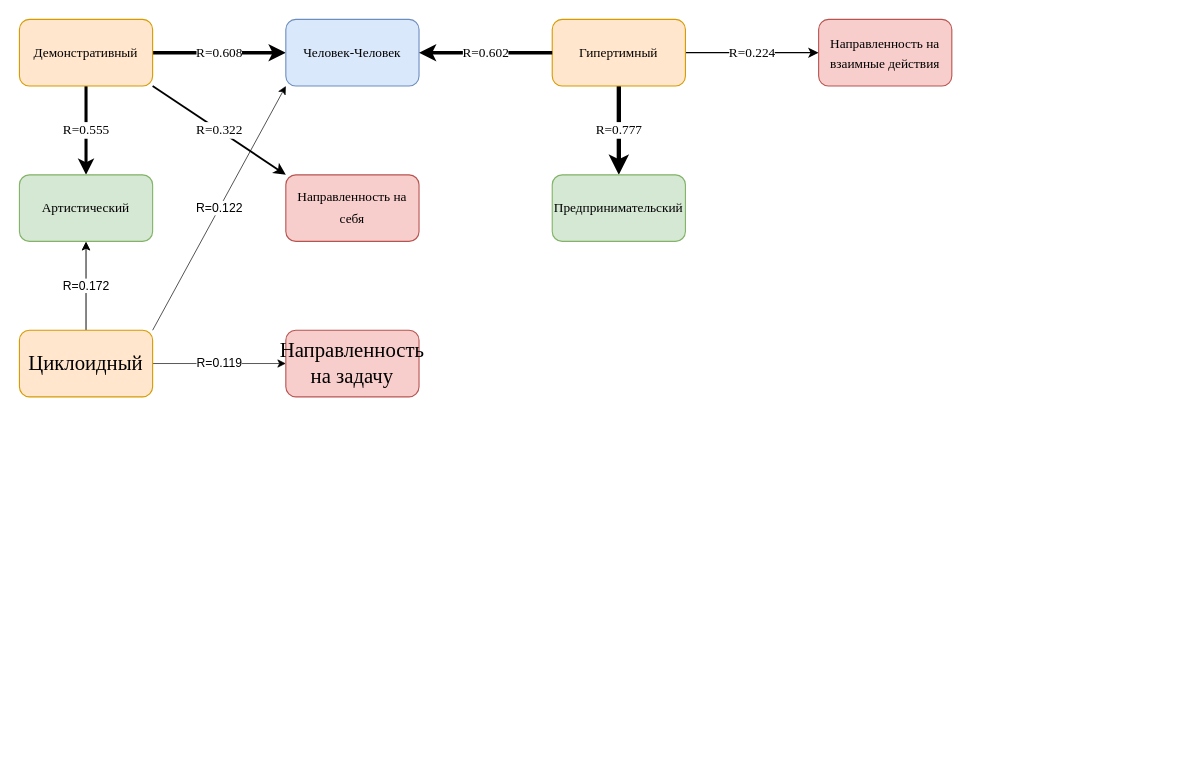
Mikhailgumerov/drawio keeps this draw.io diagram as Плеяды.drawio. Above is the earlier version. Source tidied: cells renumbered, new cells numbered last; positions are measured from the earlier drawing's top-left corner, leaving out a move shared by most shapes. Both pictures are drawn from the tidied source at 111%, with x=0, y=0 at pixel (19, 19).
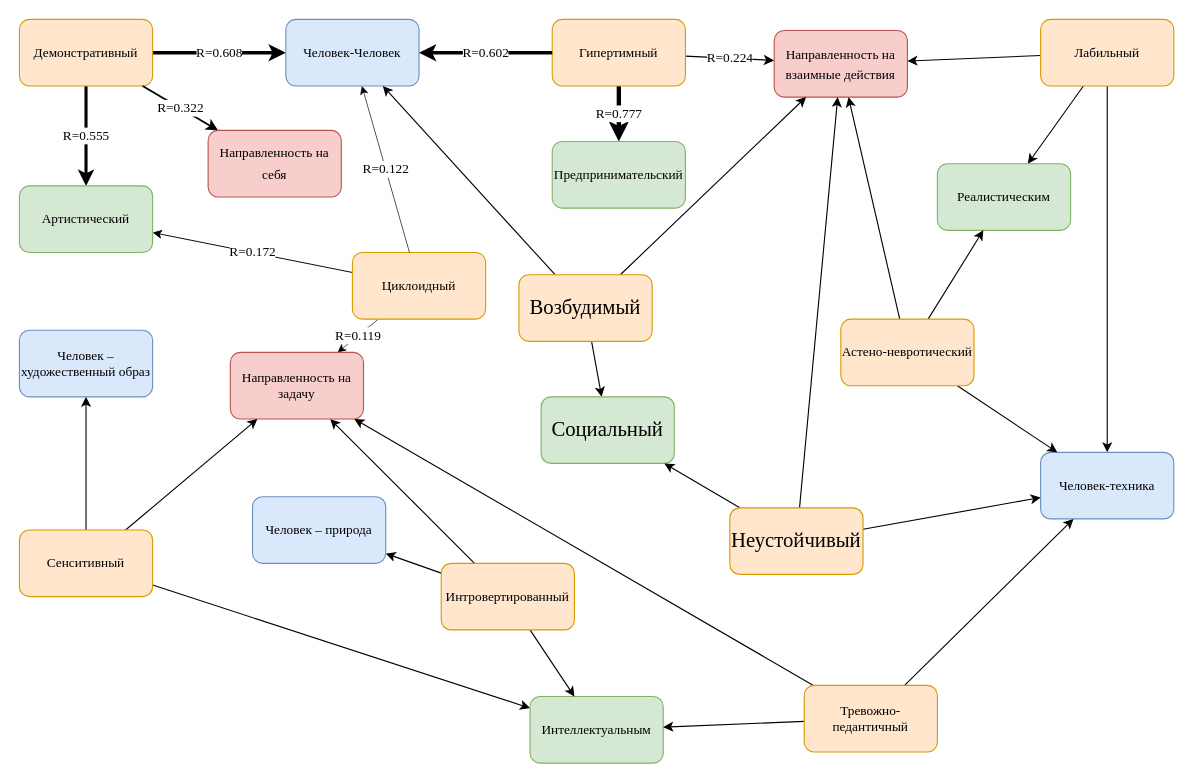
The same page after the edit.

The change refers to these unchanged cells:
```xml
<mxCell id="4" value="&lt;span style=&quot;text-align: start; line-height: 19.9733px;&quot;&gt;&lt;font&gt;Демонстративный&lt;/font&gt;&lt;/span&gt;&lt;span style=&quot;text-align: start;&quot;&gt;&lt;/span&gt;" style="rounded=1;whiteSpace=wrap;html=1;fontFamily=Times New Roman;fontSize=12;fillColor=#ffe6cc;strokeColor=#d79b00;" parent="1" vertex="1">
  <mxGeometry width="120" height="60" as="geometry" />
</mxCell>
<mxCell id="5" value="Человек-Человек" style="whiteSpace=wrap;html=1;rounded=1;fontFamily=Times New Roman;fontSize=12;fillColor=#dae8fc;strokeColor=#6c8ebf;" parent="1" vertex="1">
  <mxGeometry x="240" width="120" height="60" as="geometry" />
</mxCell>
<mxCell id="11" value="&lt;br&gt;&lt;span&gt;Гипертимный&lt;/span&gt;&lt;div&gt;&lt;br&gt;&lt;/div&gt;" style="rounded=1;whiteSpace=wrap;html=1;fillColor=#ffe6cc;strokeColor=#d79b00;fontFamily=Times New Roman;fontSize=12;" parent="1" vertex="1">
  <mxGeometry x="480" width="120" height="60" as="geometry" />
</mxCell>
```

What changed in the source:
```diff
@@
     <mxCell id="6" value="&lt;br&gt;&lt;span&gt;&lt;font&gt;Артистический&lt;/font&gt;&lt;/span&gt;&lt;div&gt;&lt;br&gt;&lt;/div&gt;" style="whiteSpace=wrap;html=1;fontFamily=Times New Roman;fillColor=#d5e8d4;strokeColor=#82b366;rounded=1;fontSize=12;" parent="1" vertex="1">
-      <mxGeometry y="140" width="120" height="60" as="geometry" />
+      <mxGeometry y="150" width="120" height="60" as="geometry" />
     </mxCell>
-    <mxCell id="7" value="R=0.322" style="endArrow=classic;html=1;rounded=0;exitX=1;exitY=1;exitDx=0;exitDy=0;entryX=0;entryY=0;entryDx=0;entryDy=0;strokeWidth=1.61;fontFamily=Times New Roman;fontSize=12;strokeColor=default;" parent="1" edge="1" source="4" target="8">
+    <mxCell id="7" value="R=0.322" style="endArrow=classic;html=1;rounded=0;strokeWidth=1.61;fontFamily=Times New Roman;fontSize=12;strokeColor=default;" parent="1" edge="1" source="4" target="8">
       <mxGeometry relative="1" as="geometry" />
     </mxCell>
     <mxCell id="8" value="&lt;span style=&quot;text-align: start; line-height: 19.9733px;&quot;&gt;&lt;font&gt;Направленность на себя&lt;/font&gt;&lt;/span&gt;&lt;span style=&quot;text-align: start;&quot;&gt;&lt;/span&gt;" style="rounded=1;whiteSpace=wrap;html=1;fillColor=#f8cecc;strokeColor=#b85450;fontFamily=Times New Roman;fontSize=12;" parent="1" vertex="1">
-      <mxGeometry x="240" y="140" width="120" height="60" as="geometry" />
+      <mxGeometry x="170" y="100" width="120" height="60" as="geometry" />
     </mxCell>
-    <mxCell id="9" value="R=0.777" style="rounded=0;jettySize=auto;html=1;exitX=0.5;exitY=1;exitDx=0;exitDy=0;entryX=0.5;entryY=0;entryDx=0;entryDy=0;strokeWidth=3.885;fontFamily=Times New Roman;fontSize=12;strokeColor=default;" parent="1" edge="1" source="11" target="13">
+    <mxCell id="9" value="R=0.777" style="rounded=0;jettySize=auto;html=1;strokeWidth=3.885;fontFamily=Times New Roman;fontSize=12;strokeColor=default;" parent="1" edge="1" source="11" target="13">
       <mxGeometry relative="1" as="geometry" />
     </mxCell>
-    <mxCell id="10" value="R=0.224" style="rounded=0;jettySize=auto;html=1;exitX=1;exitY=0.5;exitDx=0;exitDy=0;entryX=0;entryY=0.5;entryDx=0;entryDy=0;strokeWidth=1.12;fontFamily=Times New Roman;fontSize=12;strokeColor=default;" parent="1" edge="1" source="11" target="14">
+    <mxCell id="10" value="R=0.224" style="rounded=0;jettySize=auto;html=1;strokeWidth=1.12;fontFamily=Times New Roman;fontSize=12;strokeColor=default;" parent="1" edge="1" source="11" target="14">
       <mxGeometry relative="1" as="geometry" />
     </mxCell>
@@
-    <mxCell id="12" value="R=0.602" style="endArrow=classic;html=1;rounded=0;exitX=0;exitY=0.5;exitDx=0;exitDy=0;strokeWidth=3.01;fontFamily=Times New Roman;fontSize=12;strokeColor=default;" parent="1" edge="1" source="11" target="5">
+    <mxCell id="12" value="R=0.602" style="endArrow=classic;html=1;rounded=0;strokeWidth=3.01;fontFamily=Times New Roman;fontSize=12;strokeColor=default;" parent="1" edge="1" source="11" target="5">
       <mxGeometry relative="1" as="geometry" />
     </mxCell>
     <mxCell id="13" value="&lt;br&gt;&lt;span&gt;Предпринимательский&lt;/span&gt;&lt;div&gt;&lt;br&gt;&lt;/div&gt;" style="rounded=1;whiteSpace=wrap;html=1;fillColor=#d5e8d4;strokeColor=#82b366;fontFamily=Times New Roman;fontSize=12;" parent="1" vertex="1">
-      <mxGeometry x="480" y="140" width="120" height="60" as="geometry" />
+      <mxGeometry x="480" y="110" width="120" height="60" as="geometry" />
     </mxCell>
     <mxCell id="14" value="&lt;span style=&quot;text-align: start; line-height: 19.9733px;&quot;&gt;Н&lt;/span&gt;&lt;span style=&quot;text-align: start; background-color: transparent;&quot;&gt;аправленность на взаимные действия&lt;/span&gt;&lt;div&gt;&lt;span style=&quot;text-align: start;&quot;&gt;&lt;/span&gt;&lt;/div&gt;" style="rounded=1;whiteSpace=wrap;html=1;fillColor=#f8cecc;strokeColor=#b85450;fontFamily=Times New Roman;fontSize=12;" parent="1" vertex="1">
-      <mxGeometry x="720" width="120" height="60" as="geometry" />
+      <mxGeometry x="680" y="10" width="120" height="60" as="geometry" />
     </mxCell>
-    <mxCell id="15" value="R=0.172" style="rounded=0;jettySize=auto;html=1;exitX=0.5;exitY=0;exitDx=0;exitDy=0;entryX=0.5;entryY=1;entryDx=0;entryDy=0;strokeColor=default;strokeWidth=0.86;" parent="1" edge="1" source="17" target="6">
+    <mxCell id="15" value="R=0.172" style="rounded=0;jettySize=auto;html=1;strokeColor=default;strokeWidth=0.86;fontSize=12;fontFamily=Times New Roman;" parent="1" edge="1" source="17" target="6">
       <mxGeometry relative="1" as="geometry" />
     </mxCell>
-    <mxCell id="16" value="R=0.119" style="rounded=0;jettySize=auto;html=1;exitX=1;exitY=0.5;exitDx=0;exitDy=0;entryX=0;entryY=0.5;entryDx=0;entryDy=0;strokeColor=default;strokeWidth=0.595;" parent="1" edge="1" source="17" target="19">
+    <mxCell id="16" value="R=0.119" style="rounded=0;jettySize=auto;html=1;strokeColor=default;strokeWidth=0.595;fontSize=12;fontFamily=Times New Roman;" parent="1" edge="1" source="17" target="19">
       <mxGeometry relative="1" as="geometry" />
     </mxCell>
-    <mxCell id="17" value="&lt;br&gt;&lt;span style=&quot;font-size:14.0pt;mso-bidi-font-size:11.0pt;&lt;br/&gt;line-height:107%;font-family:&amp;quot;Times New Roman&amp;quot;;mso-fareast-font-family:Calibri;&lt;br/&gt;mso-fareast-theme-font:minor-latin;mso-ansi-language:RU;mso-fareast-language:&lt;br/&gt;EN-US;mso-bidi-language:AR-SA&quot;&gt;Циклоидный&lt;/span&gt;&lt;div&gt;&lt;br/&gt;&lt;/div&gt;" style="rounded=1;whiteSpace=wrap;html=1;fillColor=#ffe6cc;strokeColor=#d79b00;" parent="1" vertex="1">
-      <mxGeometry y="280" width="120" height="60" as="geometry" />
+    <mxCell id="17" value="&lt;br&gt;&lt;span&gt;Циклоидный&lt;/span&gt;&lt;div&gt;&lt;br&gt;&lt;/div&gt;" style="rounded=1;whiteSpace=wrap;html=1;fillColor=#ffe6cc;strokeColor=#d79b00;fontSize=12;fontFamily=Times New Roman;" parent="1" vertex="1">
+      <mxGeometry x="300" y="210" width="120" height="60" as="geometry" />
     </mxCell>
-    <mxCell id="18" value="R=0.122" style="endArrow=classic;html=1;rounded=0;exitX=1;exitY=0;exitDx=0;exitDy=0;entryX=0;entryY=1;entryDx=0;entryDy=0;strokeColor=default;strokeWidth=0.61;" parent="1" edge="1" source="17" target="5">
+    <mxCell id="18" value="R=0.122" style="endArrow=classic;html=1;rounded=0;strokeColor=default;strokeWidth=0.61;fontSize=12;fontFamily=Times New Roman;" parent="1" edge="1" source="17" target="5">
       <mxGeometry relative="1" as="geometry" />
     </mxCell>
-    <mxCell id="19" value="&lt;div&gt;&lt;span style=&quot;background-color: transparent; font-size: 14pt; font-family: &amp;quot;Times New Roman&amp;quot;;&quot;&gt;Н&lt;/span&gt;&lt;span style=&quot;background-color: transparent; font-family: &amp;quot;Times New Roman&amp;quot;; font-size: 14pt;&quot;&gt;аправленность на задачу&lt;/span&gt;&lt;br&gt;&lt;/div&gt;" style="rounded=1;whiteSpace=wrap;html=1;fillColor=#f8cecc;strokeColor=#b85450;" parent="1" vertex="1">
-      <mxGeometry x="240" y="280" width="120" height="60" as="geometry" />
+    <mxCell id="19" value="&lt;div&gt;&lt;span style=&quot;background-color: transparent;&quot;&gt;Н&lt;/span&gt;&lt;span style=&quot;background-color: transparent;&quot;&gt;аправленность на задачу&lt;/span&gt;&lt;br&gt;&lt;/div&gt;" style="rounded=1;whiteSpace=wrap;html=1;fillColor=#f8cecc;strokeColor=#b85450;fontSize=12;fontFamily=Times New Roman;" parent="1" vertex="1">
+      <mxGeometry x="190" y="300" width="120" height="60" as="geometry" />
     </mxCell>
+    <mxCell id="20" style="rounded=0;jettySize=auto;html=1;fontSize=12;fontFamily=Times New Roman;" parent="1" edge="1" source="23" target="24">
+      <mxGeometry relative="1" as="geometry" />
+    </mxCell>
+    <mxCell id="21" style="rounded=0;jettySize=auto;html=1;fontSize=12;fontFamily=Times New Roman;" parent="1" edge="1" source="23" target="25">
+      <mxGeometry relative="1" as="geometry" />
+    </mxCell>
+    <mxCell id="22" style="rounded=0;jettySize=auto;html=1;fontSize=12;fontFamily=Times New Roman;" parent="1" edge="1" source="23" target="14">
+      <mxGeometry relative="1" as="geometry" />
+    </mxCell>
+    <mxCell id="23" value="&lt;span&gt;Лабильный&lt;/span&gt;" style="rounded=1;whiteSpace=wrap;html=1;fillColor=#ffe6cc;strokeColor=#d79b00;fontSize=12;fontFamily=Times New Roman;" parent="1" vertex="1">
+      <mxGeometry x="920" width="120" height="60" as="geometry" />
+    </mxCell>
+    <mxCell id="24" value="&lt;span&gt;Человек-техника&lt;/span&gt;" style="rounded=1;whiteSpace=wrap;html=1;fillColor=#dae8fc;strokeColor=#6c8ebf;fontSize=12;fontFamily=Times New Roman;" parent="1" vertex="1">
+      <mxGeometry x="920" y="390" width="120" height="60" as="geometry" />
+    </mxCell>
+    <mxCell id="25" value="&lt;span&gt;Реалистическим&lt;/span&gt;" style="rounded=1;whiteSpace=wrap;html=1;fillColor=#d5e8d4;strokeColor=#82b366;fontSize=12;fontFamily=Times New Roman;" parent="1" vertex="1">
+      <mxGeometry x="827" y="130" width="120" height="60" as="geometry" />
+    </mxCell>
+    <mxCell id="26" style="rounded=0;jettySize=auto;html=1;fontSize=12;fontFamily=Times New Roman;" parent="1" edge="1" source="29" target="14">
+      <mxGeometry relative="1" as="geometry" />
+    </mxCell>
+    <mxCell id="27" style="rounded=0;jettySize=auto;html=1;fontSize=12;fontFamily=Times New Roman;" parent="1" edge="1" source="29" target="25">
+      <mxGeometry relative="1" as="geometry" />
+    </mxCell>
+    <mxCell id="28" style="rounded=0;jettySize=auto;html=1;fontSize=12;fontFamily=Times New Roman;" parent="1" edge="1" source="29" target="24">
+      <mxGeometry relative="1" as="geometry" />
+    </mxCell>
+    <mxCell id="29" value="&lt;br&gt;&lt;span&gt;Астено-невротический&lt;/span&gt;&lt;div&gt;&lt;br&gt;&lt;/div&gt;" style="rounded=1;whiteSpace=wrap;html=1;fillColor=#ffe6cc;strokeColor=#d79b00;fontSize=12;fontFamily=Times New Roman;" parent="1" vertex="1">
+      <mxGeometry x="740" y="270" width="120" height="60" as="geometry" />
+    </mxCell>
+    <mxCell id="30" style="rounded=0;jettySize=auto;html=1;fontSize=12;fontFamily=Times New Roman;" parent="1" edge="1" source="33" target="34">
+      <mxGeometry relative="1" as="geometry" />
+    </mxCell>
+    <mxCell id="31" style="rounded=0;jettySize=auto;html=1;fontSize=12;" parent="1" edge="1" source="33" target="35">
+      <mxGeometry relative="1" as="geometry" />
+    </mxCell>
+    <mxCell id="32" style="rounded=0;jettySize=auto;html=1;fontSize=12;" parent="1" edge="1" source="33" target="19">
+      <mxGeometry relative="1" as="geometry" />
+    </mxCell>
+    <mxCell id="33" value="&lt;span&gt;Сенситивный&lt;/span&gt;" style="rounded=1;whiteSpace=wrap;html=1;fillColor=#ffe6cc;strokeColor=#d79b00;fontSize=12;fontFamily=Times New Roman;" parent="1" vertex="1">
+      <mxGeometry y="460" width="120" height="60" as="geometry" />
+    </mxCell>
+    <mxCell id="34" value="&lt;br&gt;&lt;span&gt;Человек – художественный образ&lt;/span&gt;&lt;div&gt;&lt;br&gt;&lt;/div&gt;" style="rounded=1;whiteSpace=wrap;html=1;fillColor=#dae8fc;strokeColor=#6c8ebf;fontSize=12;fontFamily=Times New Roman;" parent="1" vertex="1">
+      <mxGeometry y="280" width="120" height="60" as="geometry" />
+    </mxCell>
+    <mxCell id="35" value="&lt;br&gt;&lt;span&gt;Интеллектуальным&lt;/span&gt;&lt;div&gt;&lt;br&gt;&lt;/div&gt;" style="rounded=1;whiteSpace=wrap;html=1;fillColor=#d5e8d4;strokeColor=#82b366;fontSize=12;fontFamily=Times New Roman;" parent="1" vertex="1">
+      <mxGeometry x="460" y="610" width="120" height="60" as="geometry" />
+    </mxCell>
+    <mxCell id="36" style="rounded=0;jettySize=auto;html=1;fontSize=12;" parent="1" edge="1" source="39" target="24">
+      <mxGeometry relative="1" as="geometry" />
+    </mxCell>
+    <mxCell id="37" style="rounded=0;jettySize=auto;html=1;fontSize=12;" parent="1" edge="1" source="39" target="35">
+      <mxGeometry relative="1" as="geometry" />
+    </mxCell>
+    <mxCell id="38" style="rounded=0;jettySize=auto;html=1;fontSize=12;" parent="1" edge="1" source="39" target="19">
+      <mxGeometry relative="1" as="geometry" />
+    </mxCell>
+    <mxCell id="39" value="&lt;br&gt;&lt;span style=&quot;font-family: &amp;quot;Times New Roman&amp;quot;;&quot;&gt;Тревожно-педантичный&lt;/span&gt;&lt;div&gt;&lt;br&gt;&lt;/div&gt;" style="rounded=1;whiteSpace=wrap;html=1;fillColor=#ffe6cc;strokeColor=#d79b00;fontSize=12;" parent="1" vertex="1">
+      <mxGeometry x="707" y="600" width="120" height="60" as="geometry" />
+    </mxCell>
+    <mxCell id="40" style="rounded=0;jettySize=auto;html=1;fontSize=12;" parent="1" edge="1" source="43" target="44">
+      <mxGeometry relative="1" as="geometry" />
+    </mxCell>
+    <mxCell id="41" style="rounded=0;jettySize=auto;html=1;" parent="1" edge="1" source="43" target="35">
+      <mxGeometry relative="1" as="geometry" />
+    </mxCell>
+    <mxCell id="42" style="rounded=0;jettySize=auto;html=1;" parent="1" edge="1" source="43" target="19">
+      <mxGeometry relative="1" as="geometry" />
+    </mxCell>
+    <mxCell id="43" value="&lt;span style=&quot;text-align: start; line-height: 19.9733px; font-family: &amp;quot;Times New Roman&amp;quot;;&quot;&gt;Интровертированный&lt;/span&gt;&lt;span style=&quot;text-align: start;&quot;&gt;&lt;/span&gt;" style="rounded=1;whiteSpace=wrap;html=1;fillColor=#ffe6cc;strokeColor=#d79b00;fontSize=12;" parent="1" vertex="1">
+      <mxGeometry x="380" y="490" width="120" height="60" as="geometry" />
+    </mxCell>
+    <mxCell id="44" value="&lt;br&gt;&lt;span style=&quot;font-family: &amp;quot;Times New Roman&amp;quot;;&quot;&gt;Человек – природа&lt;/span&gt;&lt;div&gt;&lt;br&gt;&lt;/div&gt;" style="rounded=1;whiteSpace=wrap;html=1;fillColor=#dae8fc;strokeColor=#6c8ebf;fontSize=12;" parent="1" vertex="1">
+      <mxGeometry x="210" y="430" width="120" height="60" as="geometry" />
+    </mxCell>
+    <mxCell id="45" style="rounded=0;jettySize=auto;html=1;" parent="1" edge="1" source="48" target="5">
+      <mxGeometry relative="1" as="geometry" />
+    </mxCell>
+    <mxCell id="46" style="rounded=0;jettySize=auto;html=1;" parent="1" edge="1" source="48" target="14">
+      <mxGeometry relative="1" as="geometry" />
+    </mxCell>
+    <mxCell id="47" style="rounded=0;jettySize=auto;html=1;" parent="1" edge="1" source="48" target="49">
+      <mxGeometry relative="1" as="geometry" />
+    </mxCell>
+    <mxCell id="48" value="&lt;br&gt;&lt;span style=&quot;font-size:14.0pt;mso-bidi-font-size:11.0pt;&lt;br/&gt;line-height:107%;font-family:&amp;quot;Times New Roman&amp;quot;;mso-fareast-font-family:Calibri;&lt;br/&gt;mso-fareast-theme-font:minor-latin;mso-ansi-language:RU;mso-fareast-language:&lt;br/&gt;EN-US;mso-bidi-language:AR-SA&quot;&gt;Возбудимый&lt;/span&gt;&lt;div&gt;&lt;br/&gt;&lt;/div&gt;" style="rounded=1;whiteSpace=wrap;html=1;fillColor=#ffe6cc;strokeColor=#d79b00;" parent="1" vertex="1">
+      <mxGeometry x="450" y="230" width="120" height="60" as="geometry" />
+    </mxCell>
+    <mxCell id="49" value="&lt;br&gt;&lt;span style=&quot;font-size:14.0pt;mso-bidi-font-size:11.0pt;&lt;br/&gt;line-height:107%;font-family:&amp;quot;Times New Roman&amp;quot;;mso-fareast-font-family:Calibri;&lt;br/&gt;mso-fareast-theme-font:minor-latin;mso-ansi-language:RU;mso-fareast-language:&lt;br/&gt;EN-US;mso-bidi-language:AR-SA&quot;&gt;Социальный&lt;/span&gt;&lt;div&gt;&lt;br&gt;&lt;/div&gt;" style="rounded=1;whiteSpace=wrap;html=1;fillColor=#d5e8d4;strokeColor=#82b366;" parent="1" vertex="1">
+      <mxGeometry x="470" y="340" width="120" height="60" as="geometry" />
+    </mxCell>
+    <mxCell id="50" style="rounded=0;jettySize=auto;html=1;" parent="1" edge="1" source="53" target="14">
+      <mxGeometry relative="1" as="geometry" />
+    </mxCell>
+    <mxCell id="51" style="rounded=0;jettySize=auto;html=1;" parent="1" edge="1" source="53" target="49">
+      <mxGeometry relative="1" as="geometry" />
+    </mxCell>
+    <mxCell id="52" style="rounded=0;jettySize=auto;html=1;" parent="1" edge="1" source="53" target="24">
+      <mxGeometry relative="1" as="geometry" />
+    </mxCell>
+    <mxCell id="53" value="&lt;br&gt;&lt;span style=&quot;font-size:14.0pt;mso-bidi-font-size:11.0pt;&lt;br/&gt;line-height:107%;font-family:&amp;quot;Times New Roman&amp;quot;;mso-fareast-font-family:Calibri;&lt;br/&gt;mso-fareast-theme-font:minor-latin;mso-ansi-language:RU;mso-fareast-language:&lt;br/&gt;EN-US;mso-bidi-language:AR-SA&quot;&gt;Неустойчивый&lt;/span&gt;&lt;div&gt;&lt;br/&gt;&lt;/div&gt;" style="rounded=1;whiteSpace=wrap;html=1;fillColor=#ffe6cc;strokeColor=#d79b00;" parent="1" vertex="1">
+      <mxGeometry x="640" y="440" width="120" height="60" as="geometry" />
+    </mxCell>
```
